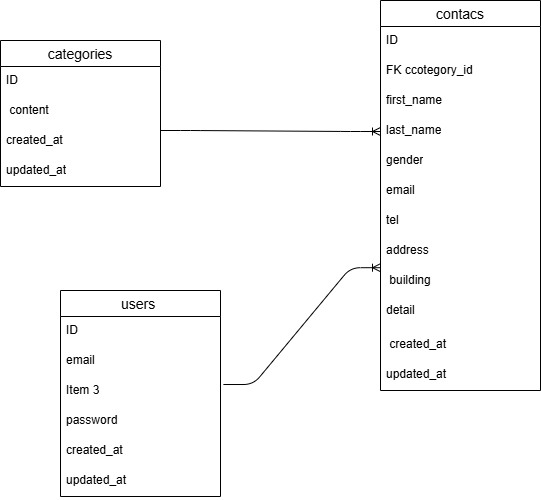
yuki8293/FashionablyLate keeps this draw.io diagram as fashionablylate.drawio.png. Above is the earlier version. Source tidied: cells renumbered, new cells last; positions are measured from the earlier drawing's top-left corner, leaving out a move shared by most shapes.
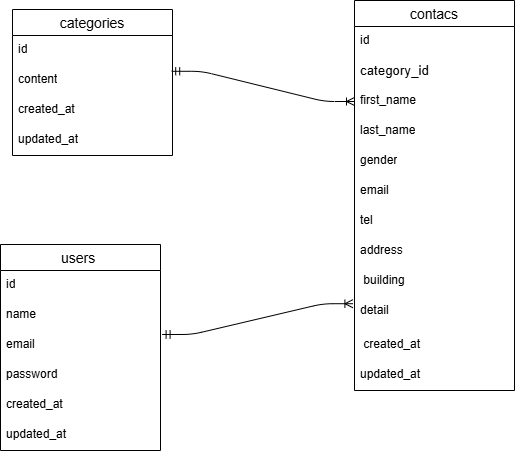
The same diagram one commit later.

The edit, as a diff of the source:
```diff
@@ -3,12 +3,12 @@
     <mxCell id="0" />
     <mxCell id="1" parent="0" />
     <mxCell id="2" value="categories" style="swimlane;fontStyle=0;horizontal=1;startSize=26;align=center;fontSize=14;" parent="1" vertex="1">
-      <mxGeometry y="40" width="160" height="146" as="geometry" />
+      <mxGeometry x="72" y="55" width="160" height="146" as="geometry" />
     </mxCell>
-    <mxCell id="3" value="ID" style="text;strokeColor=none;fillColor=none;spacingLeft=4;spacingRight=4;overflow=hidden;fontSize=12;whiteSpace=wrap;html=1;" parent="2" vertex="1">
+    <mxCell id="3" value="id" style="text;strokeColor=none;fillColor=none;spacingLeft=4;spacingRight=4;overflow=hidden;fontSize=12;whiteSpace=wrap;html=1;" parent="2" vertex="1">
       <mxGeometry y="26" width="160" height="30" as="geometry" />
     </mxCell>
-    <mxCell id="4" value="&amp;nbsp;content&amp;nbsp;" style="text;strokeColor=none;fillColor=none;spacingLeft=4;spacingRight=4;overflow=hidden;points=[[0,0.5],[1,0.5]];portConstraint=eastwest;fontSize=12;whiteSpace=wrap;html=1;" parent="2" vertex="1">
+    <mxCell id="4" value="content" style="text;strokeColor=none;fillColor=none;spacingLeft=4;spacingRight=4;overflow=hidden;points=[[0,0.5],[1,0.5]];portConstraint=eastwest;fontSize=12;whiteSpace=wrap;html=1;" parent="2" vertex="1">
       <mxGeometry y="56" width="160" height="30" as="geometry" />
     </mxCell>
     <mxCell id="5" value="created_at&amp;nbsp;" style="text;strokeColor=none;fillColor=none;spacingLeft=4;spacingRight=4;overflow=hidden;fontSize=12;whiteSpace=wrap;html=1;" parent="2" vertex="1">
@@ -18,12 +18,12 @@
       <mxGeometry y="116" width="160" height="30" as="geometry" />
     </mxCell>
     <mxCell id="7" value="contacs" style="swimlane;fontStyle=0;horizontal=1;startSize=26;align=center;fontSize=14;" parent="1" vertex="1">
-      <mxGeometry x="380" width="160" height="390" as="geometry" />
+      <mxGeometry x="414" y="46" width="160" height="390" as="geometry" />
     </mxCell>
-    <mxCell id="8" value="ID" style="text;strokeColor=none;fillColor=none;spacingLeft=4;spacingRight=4;overflow=hidden;fontSize=12;whiteSpace=wrap;html=1;" parent="7" vertex="1">
+    <mxCell id="8" value="id" style="text;strokeColor=none;fillColor=none;spacingLeft=4;spacingRight=4;overflow=hidden;fontSize=12;whiteSpace=wrap;html=1;" parent="7" vertex="1">
       <mxGeometry y="26" width="160" height="30" as="geometry" />
     </mxCell>
-    <mxCell id="9" value="FK ccotegory_id" style="text;strokeColor=none;fillColor=none;spacingLeft=4;spacingRight=4;overflow=hidden;fontSize=12;whiteSpace=wrap;html=1;" parent="7" vertex="1">
+    <mxCell id="9" value="&lt;span style=&quot;color: rgb(0, 0, 0); font-size: 10pt; font-family: Arial;&quot;&gt;category_id&lt;/span&gt;" style="text;strokeColor=none;fillColor=none;spacingLeft=4;spacingRight=4;overflow=hidden;fontSize=12;whiteSpace=wrap;html=1;" parent="7" vertex="1">
       <mxGeometry y="56" width="160" height="30" as="geometry" />
     </mxCell>
     <mxCell id="10" value="first_name" style="text;strokeColor=none;fillColor=none;spacingLeft=4;spacingRight=4;overflow=hidden;points=[[0,0.5],[1,0.5]];portConstraint=eastwest;fontSize=12;whiteSpace=wrap;html=1;" parent="7" vertex="1">
@@ -59,13 +59,13 @@
     <mxCell id="20" value="users " style="swimlane;fontStyle=0;horizontal=1;startSize=26;align=center;fontSize=14;" parent="1" vertex="1">
       <mxGeometry x="60" y="290" width="160" height="206" as="geometry" />
     </mxCell>
-    <mxCell id="21" value="ID" style="text;strokeColor=none;fillColor=none;spacingLeft=4;spacingRight=4;overflow=hidden;fontSize=12;whiteSpace=wrap;html=1;" parent="20" vertex="1">
+    <mxCell id="21" value="id" style="text;strokeColor=none;fillColor=none;spacingLeft=4;spacingRight=4;overflow=hidden;fontSize=12;whiteSpace=wrap;html=1;" parent="20" vertex="1">
       <mxGeometry y="26" width="160" height="30" as="geometry" />
     </mxCell>
-    <mxCell id="22" value="email&amp;nbsp;" style="text;strokeColor=none;fillColor=none;spacingLeft=4;spacingRight=4;overflow=hidden;fontSize=12;whiteSpace=wrap;html=1;" parent="20" vertex="1">
+    <mxCell id="22" value="name" style="text;strokeColor=none;fillColor=none;spacingLeft=4;spacingRight=4;overflow=hidden;fontSize=12;whiteSpace=wrap;html=1;" parent="20" vertex="1">
       <mxGeometry y="56" width="160" height="30" as="geometry" />
     </mxCell>
-    <mxCell id="23" value="Item 3" style="text;strokeColor=none;fillColor=none;spacingLeft=4;spacingRight=4;overflow=hidden;points=[[0,0.5],[1,0.5]];portConstraint=eastwest;fontSize=12;whiteSpace=wrap;html=1;" parent="20" vertex="1">
+    <mxCell id="23" value="email" style="text;strokeColor=none;fillColor=none;spacingLeft=4;spacingRight=4;overflow=hidden;points=[[0,0.5],[1,0.5]];portConstraint=eastwest;fontSize=12;whiteSpace=wrap;html=1;" parent="20" vertex="1">
       <mxGeometry y="86" width="160" height="30" as="geometry" />
     </mxCell>
     <mxCell id="24" value="password&amp;nbsp;" style="text;strokeColor=none;fillColor=none;spacingLeft=4;spacingRight=4;overflow=hidden;fontSize=12;whiteSpace=wrap;html=1;" parent="20" vertex="1">
@@ -77,18 +77,30 @@
     <mxCell id="26" value="updated_at&amp;nbsp;" style="text;strokeColor=none;fillColor=none;spacingLeft=4;spacingRight=4;overflow=hidden;fontSize=12;whiteSpace=wrap;html=1;" parent="20" vertex="1">
       <mxGeometry y="176" width="160" height="30" as="geometry" />
     </mxCell>
-    <mxCell id="27" style="edgeStyle=entityRelationEdgeStyle;fontSize=12;html=1;endArrow=ERoneToMany;entryX=0;entryY=0.5;entryDx=0;entryDy=0;" parent="1" edge="1" target="11">
-      <mxGeometry relative="1" as="geometry">
-        <mxPoint x="160" y="130" as="sourcePoint" />
-      </mxGeometry>
-    </mxCell>
-    <mxCell id="28" style="edgeStyle=entityRelationEdgeStyle;fontSize=12;html=1;endArrow=ERoneToMany;entryX=0.04;entryY=1.04;entryDx=0;entryDy=0;entryPerimeter=0;exitX=1.018;exitY=0.267;exitDx=0;exitDy=0;exitPerimeter=0;" parent="1" edge="1" source="23">
-      <mxGeometry relative="1" as="geometry">
-        <mxPoint x="380" y="267.2" as="targetPoint" />
-        <Array as="points">
-          <mxPoint x="313.6" y="360" />
-        </Array>
-      </mxGeometry>
-    </mxCell>
+    <mxCell id="29" style="edgeStyle=entityRelationEdgeStyle;fontSize=12;html=1;endArrow=ERoneToMany;startArrow=ERmandOne;exitX=0.995;exitY=0.193;exitDx=0;exitDy=0;entryX=0;entryY=0.5;entryDx=0;entryDy=0;exitPerimeter=0;" parent="1" edge="1" source="4" target="10">
+      <mxGeometry relative="1" as="geometry">
+        <Array as="points">
+          <mxPoint x="180" y="209" />
+          <mxPoint x="252" y="71" />
+          <mxPoint x="369" y="89" />
+          <mxPoint x="342" y="107" />
+          <mxPoint x="190" y="169" />
+          <mxPoint x="210" y="189" />
+          <mxPoint x="120" y="199" />
+        </Array>
+      </mxGeometry>
+    </mxCell>
+    <mxCell id="30" style="edgeStyle=entityRelationEdgeStyle;fontSize=12;html=1;endArrow=ERoneToMany;startArrow=ERmandOne;entryX=-0.01;entryY=0.212;entryDx=0;entryDy=0;entryPerimeter=0;exitX=1.01;exitY=0.133;exitDx=0;exitDy=0;exitPerimeter=0;" parent="1" edge="1" source="23" target="17">
+      <mxGeometry relative="1" as="geometry">
+        <Array as="points">
+          <mxPoint x="261" y="375" />
+          <mxPoint x="261" y="379" />
+          <mxPoint x="234" y="379" />
+          <mxPoint x="279" y="325" />
+          <mxPoint x="259" y="262" />
+          <mxPoint x="315" y="307" />
+        </Array>
+      </mxGeometry>
+    </mxCell>
   </root>
 </mxGraphModel>
```
